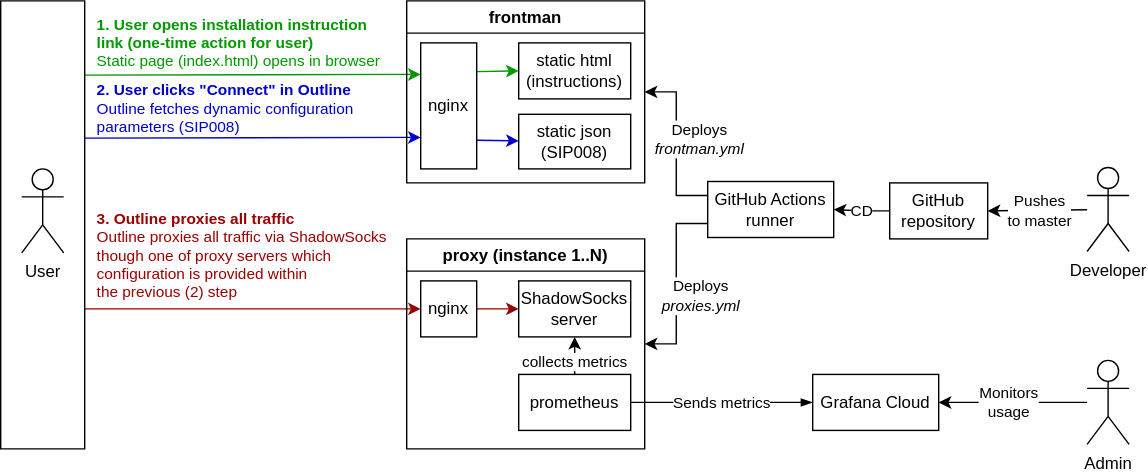
The draw.io diagram diagram.svg in ed-asriyan/proxy-server, before a commit. Source tidied: cells renumbered, new cells last; positions are measured from the earlier drawing's top-left corner, leaving out a move shared by most shapes.
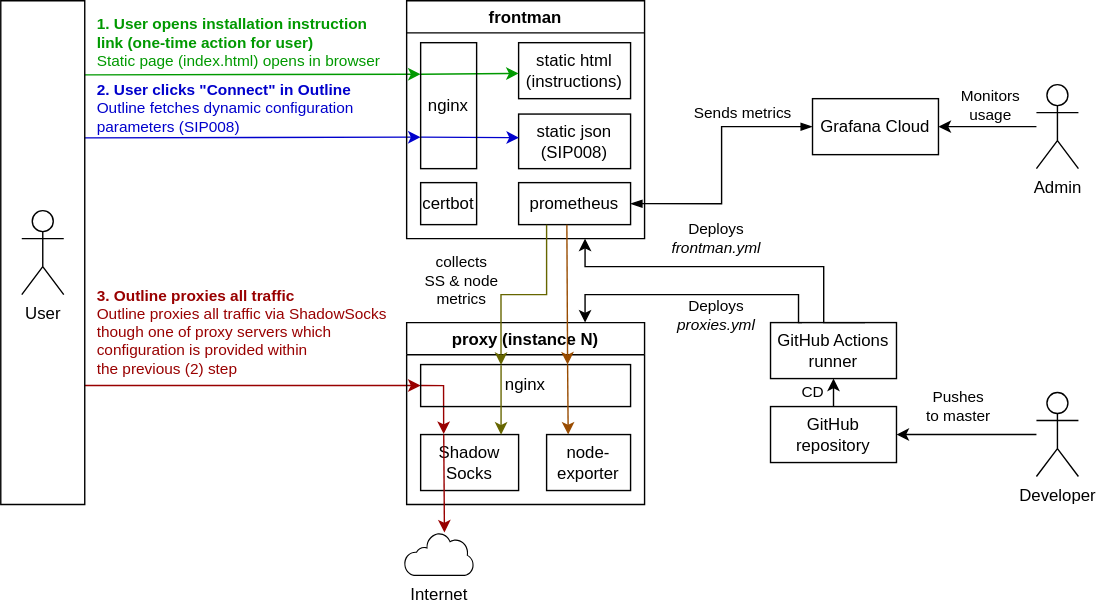
The same diagram one commit later.

Change to the diagram source:
```diff
@@ -2,12 +2,17 @@
   <root>
     <mxCell id="0" />
     <mxCell id="1" parent="0" />
-    <mxCell id="2" style="endArrow=classic;html=1;rounded=0;exitX=0;exitY=0.25;exitDx=0;exitDy=0;edgeStyle=orthogonalEdgeStyle;entryX=1;entryY=0.5;entryDx=0;entryDy=0;" parent="1" edge="1" source="36" target="17">
-      <mxGeometry relative="1" as="geometry" />
+    <mxCell id="2" style="endArrow=classic;html=1;rounded=0;exitX=0.75;exitY=0;exitDx=0;exitDy=0;edgeStyle=orthogonalEdgeStyle;entryX=0.75;entryY=1;entryDx=0;entryDy=0;" parent="1" edge="1" source="36" target="17">
+      <mxGeometry relative="1" as="geometry">
+        <Array as="points">
+          <mxPoint x="588" y="190" />
+          <mxPoint x="418" y="190" />
+        </Array>
+      </mxGeometry>
     </mxCell>
     <mxCell id="3" value="Deploys&lt;br&gt;&lt;i&gt;frontman.yml&lt;/i&gt;" style="edgeLabel;html=1;align=center;verticalAlign=middle;labelBackgroundColor=default;" parent="2" vertex="1">
       <mxGeometry x="0.16" y="-1" relative="1" as="geometry">
-        <mxPoint x="15" y="6" as="offset" />
+        <mxPoint x="4" y="-19" as="offset" />
       </mxGeometry>
     </mxCell>
     <mxCell id="4" style="endArrow=classic;html=1;rounded=0;fontColor=#009900;strokeColor=#009900;entryX=0;entryY=0.25;entryDx=0;entryDy=0;" parent="1" edge="1" target="22">
@@ -32,7 +37,7 @@
     </mxCell>
     <mxCell id="8" style="endArrow=classic;html=1;rounded=0;entryX=0;entryY=0.5;entryDx=0;entryDy=0;fontColor=#990000;strokeColor=#990000;" parent="1" edge="1" target="16">
       <mxGeometry relative="1" as="geometry">
-        <mxPoint x="60" y="220" as="sourcePoint" />
+        <mxPoint x="60" y="275" as="sourcePoint" />
       </mxGeometry>
     </mxCell>
     <mxCell id="9" value="&lt;div style=&quot;&quot;&gt;&lt;b&gt;3. Outline proxies all traffic&amp;nbsp;&lt;/b&gt;&lt;/div&gt;&lt;div style=&quot;&quot;&gt;Outline proxies all traffic via ShadowSocks&lt;/div&gt;&lt;div style=&quot;&quot;&gt;though one of proxy servers which&lt;/div&gt;&lt;div style=&quot;&quot;&gt;configuration is provided within&lt;/div&gt;&lt;div style=&quot;&quot;&gt;the previous (2) step&lt;/div&gt;" style="edgeLabel;html=1;align=left;verticalAlign=middle;fontColor=#990000;labelBackgroundColor=none;" parent="8" vertex="1">
@@ -40,31 +45,31 @@
         <mxPoint x="-84" y="-35" as="offset" />
       </mxGeometry>
     </mxCell>
-    <mxCell id="10" value="proxy (instance 1..N)" style="swimlane;fillColor=none;labelBackgroundColor=none;" parent="1" vertex="1">
-      <mxGeometry x="290" y="170" width="170" height="150" as="geometry" />
+    <mxCell id="10" value="proxy (instance N)" style="swimlane;fillColor=none;labelBackgroundColor=none;" parent="1" vertex="1">
+      <mxGeometry x="290" y="230" width="170" height="130" as="geometry" />
     </mxCell>
-    <mxCell id="11" value="ShadowSocks&lt;br&gt;server" style="whiteSpace=wrap;html=1;fillColor=none;" parent="10" vertex="1">
-      <mxGeometry x="80" y="30" width="80" height="40" as="geometry" />
+    <mxCell id="11" value="&lt;div&gt;Shadow&lt;/div&gt;&lt;div&gt;Socks&lt;/div&gt;" style="whiteSpace=wrap;html=1;fillColor=none;" parent="10" vertex="1">
+      <mxGeometry x="10" y="80" width="70" height="40" as="geometry" />
     </mxCell>
-    <mxCell id="12" style="edgeStyle=orthogonalEdgeStyle;rounded=0;jettySize=auto;html=1;labelBackgroundColor=none;" parent="10" edge="1" source="14" target="11">
-      <mxGeometry relative="1" as="geometry" />
-    </mxCell>
-    <mxCell id="13" value="collects metrics" style="edgeLabel;html=1;align=center;verticalAlign=middle;" parent="12" vertex="1">
-      <mxGeometry x="0.4" y="1" relative="1" as="geometry">
-        <mxPoint x="1" y="1" as="offset" />
-      </mxGeometry>
-    </mxCell>
-    <mxCell id="14" value="prometheus" style="whiteSpace=wrap;html=1;fillColor=none;" parent="10" vertex="1">
-      <mxGeometry x="80" y="96.8" width="80" height="40" as="geometry" />
+    <mxCell id="14" value="&lt;div&gt;node-exporter&lt;/div&gt;" style="whiteSpace=wrap;html=1;fillColor=none;" parent="10" vertex="1">
+      <mxGeometry x="100" y="80" width="60" height="40" as="geometry" />
     </mxCell>
-    <mxCell id="15" style="edgeStyle=orthogonalEdgeStyle;rounded=0;jettySize=auto;html=1;strokeColor=#990000;" parent="10" edge="1" source="16" target="11">
+    <mxCell id="15" style="rounded=0;jettySize=auto;html=1;strokeColor=#990000;exitX=0;exitY=0.5;exitDx=0;exitDy=0;entryX=0.235;entryY=-0.008;entryDx=0;entryDy=0;edgeStyle=orthogonalEdgeStyle;entryPerimeter=0;" parent="10" edge="1" source="16" target="11">
       <mxGeometry relative="1" as="geometry" />
     </mxCell>
     <mxCell id="16" value="nginx" style="rounded=0;whiteSpace=wrap;html=1;fillColor=none;" parent="10" vertex="1">
-      <mxGeometry x="10" y="30" width="40" height="40" as="geometry" />
+      <mxGeometry x="10" y="30" width="150" height="30" as="geometry" />
     </mxCell>
+    <mxCell id="39" style="endArrow=classic;html=1;rounded=0;strokeColor=#666600;entryX=0.821;entryY=0.002;entryDx=0;entryDy=0;exitX=0.383;exitY=0.014;exitDx=0;exitDy=0;exitPerimeter=0;entryPerimeter=0;" parent="10" edge="1" source="16" target="11">
+      <mxGeometry relative="1" as="geometry" />
+    </mxCell>
+    <mxCell id="40" style="endArrow=classic;html=1;rounded=0;strokeColor=#994C00;entryX=0.257;entryY=0.001;entryDx=0;entryDy=0;entryPerimeter=0;" parent="10" edge="1" target="14">
+      <mxGeometry relative="1" as="geometry">
+        <mxPoint x="115" y="30" as="sourcePoint" />
+      </mxGeometry>
+    </mxCell>
     <mxCell id="17" value="frontman" style="swimlane;strokeColor=default;swimlaneLine=1;fillColor=none;labelBackgroundColor=none;" parent="1" vertex="1">
-      <mxGeometry x="290" width="170" height="130" as="geometry" />
+      <mxGeometry x="290" width="170" height="170" as="geometry" />
     </mxCell>
     <mxCell id="18" value="static html (instructions)" style="whiteSpace=wrap;html=1;fillColor=none;" parent="17" vertex="1">
       <mxGeometry x="80" y="30" width="80" height="40" as="geometry" />
@@ -72,81 +77,105 @@
     <mxCell id="19" value="static json&lt;br style=&quot;border-color: var(--border-color);&quot;&gt;(SIP008)" style="whiteSpace=wrap;html=1;fillColor=none;" parent="17" vertex="1">
       <mxGeometry x="80" y="81" width="80" height="39" as="geometry" />
     </mxCell>
-    <mxCell id="20" style="edgeStyle=orthogonalEdgeStyle;rounded=0;orthogonalLoop=1;jettySize=auto;html=1;exitX=1;exitY=0.75;exitDx=0;exitDy=0;strokeColor=#0000CC;" parent="17" edge="1">
-      <mxGeometry relative="1" as="geometry">
-        <mxPoint x="50" y="99.5" as="sourcePoint" />
-        <mxPoint x="80" y="100" as="targetPoint" />
-        <Array as="points">
-          <mxPoint x="80" y="100" />
-        </Array>
-      </mxGeometry>
+    <mxCell id="20" style="rounded=0;jettySize=auto;html=1;exitX=0;exitY=0.75;exitDx=0;exitDy=0;strokeColor=#0000CC;entryX=0.004;entryY=0.432;entryDx=0;entryDy=0;entryPerimeter=0;" parent="17" edge="1" source="22" target="19">
+      <mxGeometry relative="1" as="geometry" />
     </mxCell>
-    <mxCell id="21" style="edgeStyle=orthogonalEdgeStyle;rounded=0;jettySize=auto;html=1;exitX=1;exitY=0.25;exitDx=0;exitDy=0;strokeColor=#009900;entryX=0;entryY=0.5;entryDx=0;entryDy=0;" parent="17" edge="1" target="18">
-      <mxGeometry relative="1" as="geometry">
-        <mxPoint x="50" y="50.5" as="sourcePoint" />
-        <Array as="points">
-          <mxPoint x="80" y="51" />
-        </Array>
-      </mxGeometry>
+    <mxCell id="21" style="rounded=0;jettySize=auto;html=1;exitX=0;exitY=0.25;exitDx=0;exitDy=0;strokeColor=#009900;entryX=0.001;entryY=0.55;entryDx=0;entryDy=0;entryPerimeter=0;" parent="17" edge="1" source="22" target="18">
+      <mxGeometry relative="1" as="geometry" />
     </mxCell>
     <mxCell id="22" value="nginx" style="rounded=0;whiteSpace=wrap;html=1;fillColor=none;" parent="17" vertex="1">
       <mxGeometry x="10" y="30" width="40" height="90" as="geometry" />
     </mxCell>
+    <mxCell id="41" value="prometheus" style="whiteSpace=wrap;html=1;fillColor=none;" parent="17" vertex="1">
+      <mxGeometry x="80" y="130" width="80" height="30" as="geometry" />
+    </mxCell>
+    <mxCell id="42" value="certbot" style="rounded=0;whiteSpace=wrap;html=1;fillColor=none;" parent="17" vertex="1">
+      <mxGeometry x="10" y="130" width="40" height="30" as="geometry" />
+    </mxCell>
     <mxCell id="23" style="swimlane;strokeColor=default;swimlaneLine=0;fillColor=none;labelBackgroundColor=default;" parent="1" vertex="1">
-      <mxGeometry width="60" height="320" as="geometry" />
+      <mxGeometry width="60" height="360" as="geometry" />
     </mxCell>
     <mxCell id="24" value="User" style="shape=umlActor;verticalLabelPosition=bottom;verticalAlign=top;html=1;fillColor=none;" parent="23" vertex="1">
-      <mxGeometry x="15" y="120" width="30" height="60" as="geometry" />
+      <mxGeometry x="15" y="150" width="30" height="60" as="geometry" />
     </mxCell>
-    <mxCell id="25" value="Sends metrics" style="edgeStyle=orthogonalEdgeStyle;rounded=0;jettySize=auto;html=1;entryX=1;entryY=0.5;entryDx=0;entryDy=0;jumpStyle=sharp;startArrow=blockThin;startFill=1;endArrow=none;endFill=0;exitX=0;exitY=0.5;exitDx=0;exitDy=0;labelBackgroundColor=default;" parent="1" edge="1" source="38" target="14">
-      <mxGeometry relative="1" as="geometry" />
+    <mxCell id="25" value="Sends metrics" style="edgeStyle=orthogonalEdgeStyle;rounded=0;jettySize=auto;html=1;entryX=1;entryY=0.5;entryDx=0;entryDy=0;jumpStyle=sharp;startArrow=blockThin;startFill=1;endArrow=blockThin;endFill=1;exitX=0;exitY=0.5;exitDx=0;exitDy=0;labelBackgroundColor=default;" parent="1" edge="1" source="38" target="41">
+      <mxGeometry x="-0.46" y="-10" relative="1" as="geometry" />
     </mxCell>
-    <mxCell id="26" style="edgeStyle=orthogonalEdgeStyle;rounded=0;jettySize=auto;html=1;entryX=1;entryY=0.5;entryDx=0;entryDy=0;exitX=0;exitY=0.5;exitDx=0;exitDy=0;" parent="1" edge="1" source="37" target="36">
+    <mxCell id="26" style="edgeStyle=orthogonalEdgeStyle;rounded=0;jettySize=auto;html=1;entryX=0.5;entryY=1;entryDx=0;entryDy=0;exitX=0.5;exitY=0;exitDx=0;exitDy=0;" parent="1" edge="1" source="37" target="36">
       <mxGeometry relative="1" as="geometry" />
     </mxCell>
     <mxCell id="27" value="CD" style="edgeLabel;html=1;align=center;verticalAlign=middle;" parent="26" vertex="1">
       <mxGeometry x="-0.17" y="2" relative="1" as="geometry">
-        <mxPoint x="-3" y="-2" as="offset" />
+        <mxPoint x="-13" y="-2" as="offset" />
       </mxGeometry>
     </mxCell>
-    <mxCell id="28" style="endArrow=classic;html=1;rounded=0;entryX=1;entryY=0.5;entryDx=0;entryDy=0;exitX=0;exitY=0.75;exitDx=0;exitDy=0;edgeStyle=orthogonalEdgeStyle;" parent="1" edge="1" source="36" target="10">
-      <mxGeometry relative="1" as="geometry" />
+    <mxCell id="28" style="endArrow=classic;html=1;rounded=0;entryX=0.75;entryY=0;entryDx=0;entryDy=0;exitX=0.25;exitY=0;exitDx=0;exitDy=0;edgeStyle=orthogonalEdgeStyle;" parent="1" edge="1" source="36" target="10">
+      <mxGeometry relative="1" as="geometry">
+        <Array as="points">
+          <mxPoint x="570" y="230" />
+          <mxPoint x="570" y="210" />
+          <mxPoint x="417" y="210" />
+        </Array>
+      </mxGeometry>
     </mxCell>
     <mxCell id="29" value="Deploys&lt;br&gt;&lt;i&gt;proxies.yml&lt;/i&gt;" style="edgeLabel;html=1;align=center;verticalAlign=middle;labelBackgroundColor=default;" parent="28" vertex="1">
       <mxGeometry x="-0.04" y="1" relative="1" as="geometry">
-        <mxPoint x="16" y="11" as="offset" />
+        <mxPoint x="11" y="14" as="offset" />
       </mxGeometry>
     </mxCell>
     <mxCell id="30" value="Admin" style="shape=umlActor;verticalLabelPosition=bottom;verticalAlign=top;html=1;fillColor=none;" parent="1" vertex="1">
-      <mxGeometry x="776" y="256.8" width="30" height="60" as="geometry" />
+      <mxGeometry x="740" y="60" width="30" height="60" as="geometry" />
     </mxCell>
     <mxCell id="31" style="endArrow=classic;html=1;rounded=0;entryX=1;entryY=0.5;entryDx=0;entryDy=0;" parent="1" edge="1" source="30" target="38">
       <mxGeometry relative="1" as="geometry" />
     </mxCell>
     <mxCell id="32" value="Monitors&lt;br&gt;usage" style="edgeLabel;html=1;align=center;verticalAlign=middle;" parent="31" vertex="1">
       <mxGeometry x="0.29" y="2" relative="1" as="geometry">
-        <mxPoint x="12" y="-2" as="offset" />
+        <mxPoint x="12" y="-17" as="offset" />
       </mxGeometry>
     </mxCell>
     <mxCell id="33" value="Developer" style="shape=umlActor;verticalLabelPosition=bottom;verticalAlign=top;html=1;fillColor=none;" parent="1" vertex="1">
-      <mxGeometry x="776" y="119" width="30" height="60" as="geometry" />
+      <mxGeometry x="740" y="280" width="30" height="60" as="geometry" />
     </mxCell>
     <mxCell id="34" style="endArrow=classic;html=1;rounded=0;entryX=1;entryY=0.5;entryDx=0;entryDy=0;" parent="1" edge="1" source="33" target="37">
       <mxGeometry relative="1" as="geometry" />
     </mxCell>
     <mxCell id="35" value="Pushes&lt;br&gt;to master" style="edgeLabel;html=1;align=center;verticalAlign=middle;" parent="34" vertex="1">
       <mxGeometry x="0.29" y="2" relative="1" as="geometry">
-        <mxPoint x="12" y="-2" as="offset" />
+        <mxPoint x="8" y="-22" as="offset" />
       </mxGeometry>
     </mxCell>
     <mxCell id="36" value="GitHub Actions&lt;br&gt;runner" style="rounded=0;whiteSpace=wrap;html=1;fillColor=none;" parent="1" vertex="1">
-      <mxGeometry x="505" y="129" width="90" height="40" as="geometry" />
+      <mxGeometry x="550" y="230" width="90" height="40" as="geometry" />
     </mxCell>
     <mxCell id="37" value="GitHub&lt;br&gt;repository" style="rounded=0;whiteSpace=wrap;html=1;fillColor=none;" parent="1" vertex="1">
-      <mxGeometry x="635" y="130" width="70" height="40" as="geometry" />
+      <mxGeometry x="550" y="290" width="90" height="40" as="geometry" />
     </mxCell>
     <mxCell id="38" value="Grafana Cloud" style="rounded=0;whiteSpace=wrap;html=1;fillColor=none;" parent="1" vertex="1">
-      <mxGeometry x="580" y="266.8" width="90" height="40" as="geometry" />
+      <mxGeometry x="580" y="70" width="90" height="40" as="geometry" />
     </mxCell>
+    <mxCell id="43" style="rounded=0;orthogonalLoop=1;jettySize=auto;html=1;exitX=0.431;exitY=1.004;exitDx=0;exitDy=0;strokeColor=#994C00;exitPerimeter=0;" parent="1" edge="1">
+      <mxGeometry relative="1" as="geometry">
+        <mxPoint x="404.5" y="160.1" as="sourcePoint" />
+        <mxPoint x="405" y="260" as="targetPoint" />
+      </mxGeometry>
+    </mxCell>
+    <mxCell id="44" style="endArrow=classic;html=1;rounded=0;strokeColor=#666600;entryX=0.383;entryY=0.009;entryDx=0;entryDy=0;exitX=0.25;exitY=1;exitDx=0;exitDy=0;edgeStyle=orthogonalEdgeStyle;entryPerimeter=0;" parent="1" edge="1" source="41" target="16">
+      <mxGeometry relative="1" as="geometry" />
+    </mxCell>
+    <mxCell id="45" value="&lt;div&gt;collects&lt;/div&gt;&lt;div&gt;SS &amp;amp; node&lt;/div&gt;&lt;div&gt;metrics&lt;/div&gt;" style="edgeLabel;html=1;align=center;verticalAlign=middle;" parent="44" vertex="1">
+      <mxGeometry x="0.08" y="1" relative="1" as="geometry">
+        <mxPoint x="-40" y="-11" as="offset" />
+      </mxGeometry>
+    </mxCell>
+    <mxCell id="46" value="Internet" style="sketch=0;shadow=0;dashed=0;html=1;strokeColor=none;labelPosition=center;verticalLabelPosition=bottom;verticalAlign=top;align=center;fillColor=#000000;shape=mxgraph.mscae.enterprise.internet_hollow;" parent="1" vertex="1">
+      <mxGeometry x="288" y="380" width="50" height="31" as="geometry" />
+    </mxCell>
+    <mxCell id="47" style="rounded=0;orthogonalLoop=1;jettySize=auto;html=1;strokeColor=#990000;exitX=0.25;exitY=0;exitDx=0;exitDy=0;entryX=0.6;entryY=0;entryDx=0;entryDy=0;entryPerimeter=0;" parent="1" edge="1">
+      <mxGeometry relative="1" as="geometry">
+        <mxPoint x="316.5" y="310" as="sourcePoint" />
+        <mxPoint x="317" y="380" as="targetPoint" />
+      </mxGeometry>
+    </mxCell>
   </root>
 </mxGraphModel>
```
